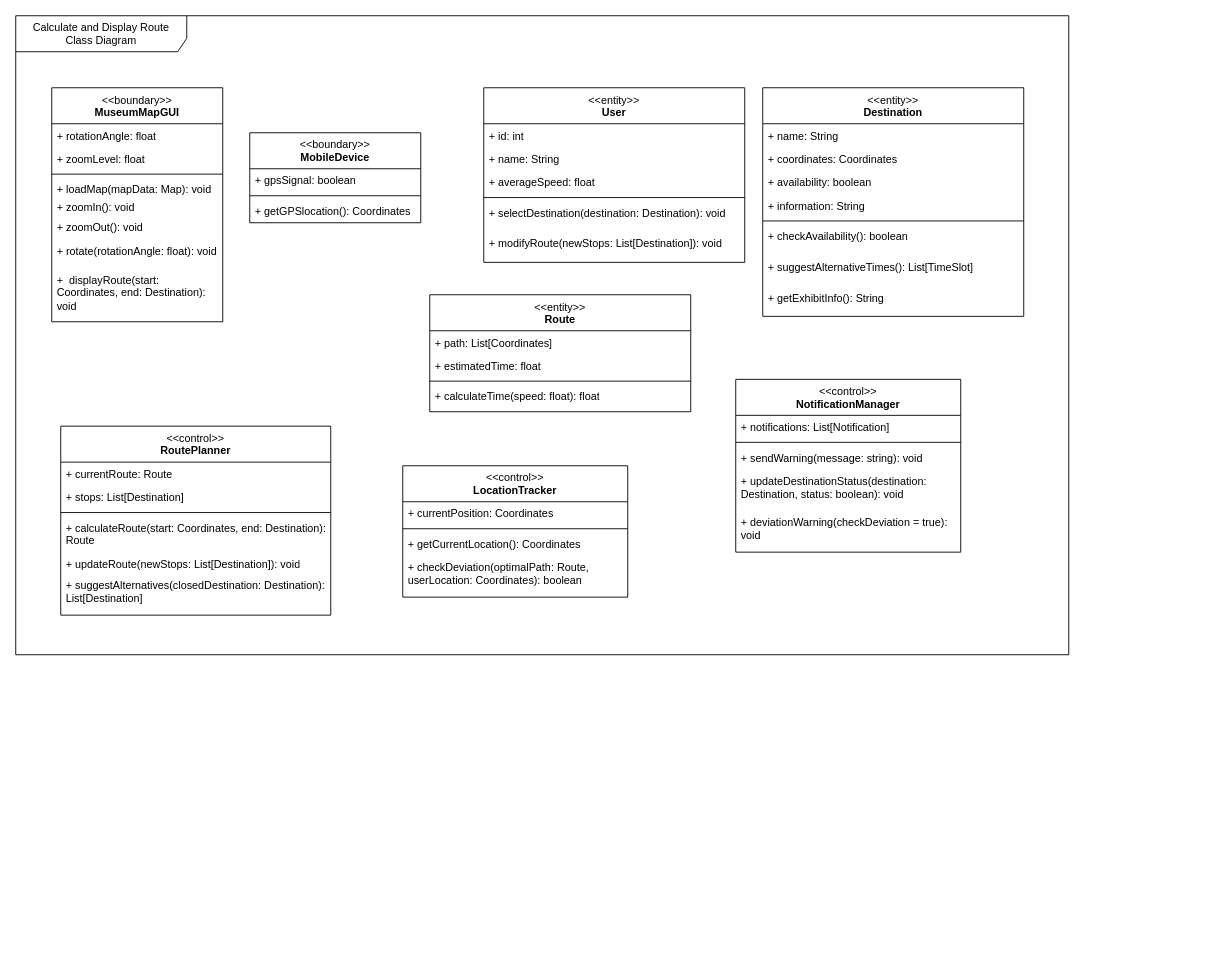
gsklaven/MusePath keeps this draw.io diagram as Class Diagrams/Calculate and Display Route.drawio. Above is the earlier version. Source tidied: cells renumbered, new cells numbered last; positions are measured from the earlier drawing's top-left corner, leaving out a move shared by most shapes. Both pictures are drawn from the tidied source at 90%, with x=0, y=0 at pixel (15, 15).
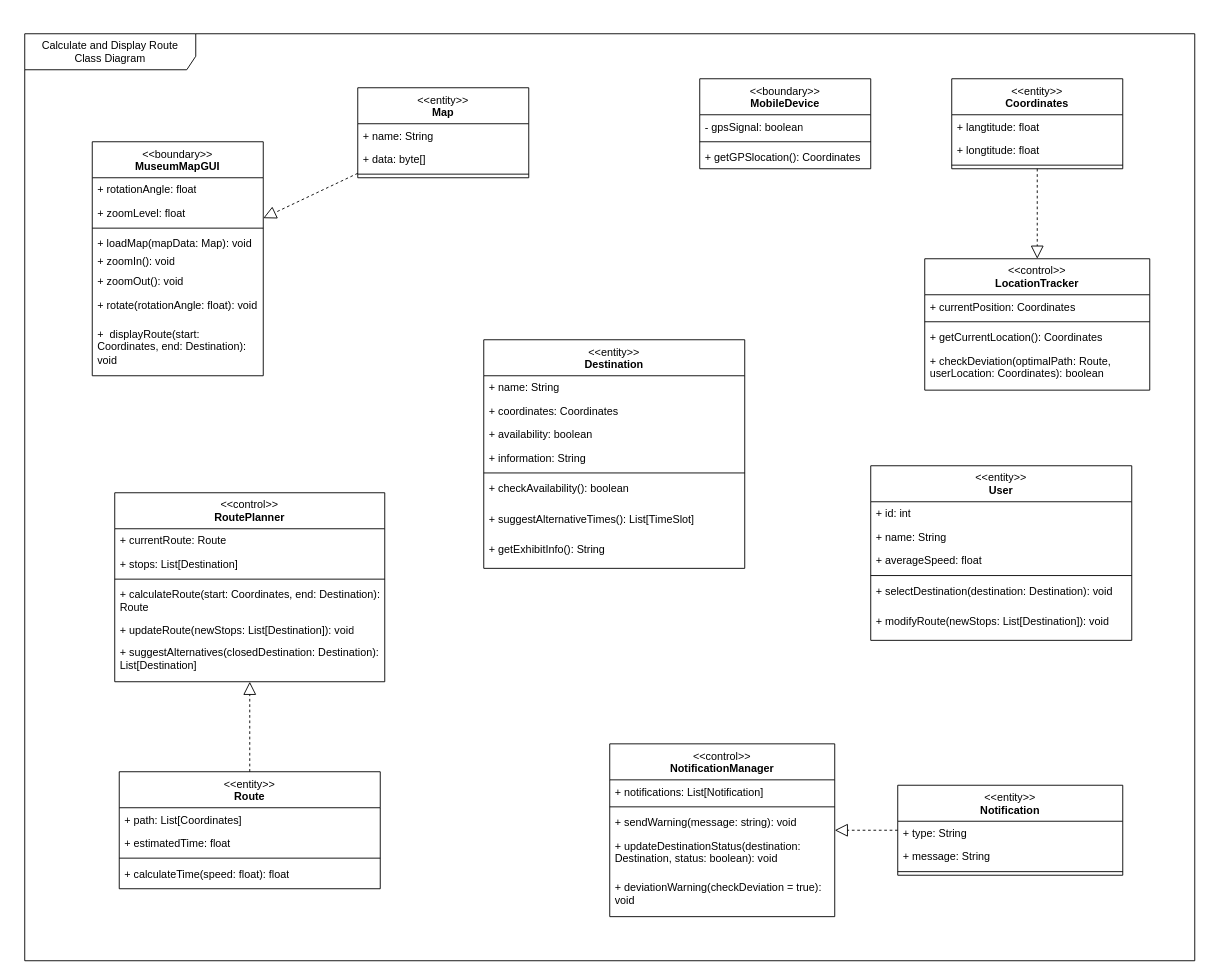
The same diagram, later.

Commit message:
finalize and start connections

Diff of the diagram source:
```diff
@@
     <mxCell id="2" value="&lt;div&gt;&lt;span style=&quot;font-weight: normal;&quot;&gt;&amp;lt;&amp;lt;boundary&amp;gt;&amp;gt;&lt;/span&gt;&lt;/div&gt;MuseumMapGUI" style="swimlane;fontStyle=1;align=center;verticalAlign=top;horizontal=1;startSize=40;whiteSpace=wrap;html=1;" parent="1" vertex="1">
-      <mxGeometry x="40" y="80" width="190" height="260" as="geometry" />
+      <mxGeometry x="85" y="140" width="190" height="260" as="geometry" />
     </mxCell>
@@
     <mxCell id="11" value="Calculate and Display Route&lt;div&gt;Class Diagram&lt;/div&gt;" style="shape=umlFrame;whiteSpace=wrap;html=1;width=190;height=40;" parent="1" vertex="1">
-      <mxGeometry width="1170" height="710" as="geometry" />
+      <mxGeometry x="10" y="20" width="1300" height="1030" as="geometry" />
     </mxCell>
     <mxCell id="12" value="&lt;div&gt;&lt;span style=&quot;font-weight: normal;&quot;&gt;&amp;lt;&amp;lt;boundary&amp;gt;&amp;gt;&lt;/span&gt;&lt;/div&gt;MobileDevice" style="swimlane;fontStyle=1;align=center;verticalAlign=top;horizontal=1;startSize=40;whiteSpace=wrap;html=1;" parent="1" vertex="1">
-      <mxGeometry x="260" y="130" width="190" height="100" as="geometry" />
+      <mxGeometry x="760" y="70" width="190" height="100" as="geometry" />
     </mxCell>
-    <mxCell id="13" value="+ gpsSignal: boolean" style="text;strokeColor=none;fillColor=none;align=left;verticalAlign=top;spacingLeft=4;spacingRight=4;overflow=hidden;whiteSpace=wrap;html=1;" parent="12" vertex="1">
+    <mxCell id="13" value="- gpsSignal: boolean" style="text;strokeColor=none;fillColor=none;align=left;verticalAlign=top;spacingLeft=4;spacingRight=4;overflow=hidden;whiteSpace=wrap;html=1;" parent="12" vertex="1">
       <mxGeometry y="40" width="190" height="26" as="geometry" />
     </mxCell>
@@
     <mxCell id="16" value="&lt;div&gt;&lt;span style=&quot;font-weight: normal;&quot;&gt;&amp;lt;&amp;lt;entity&amp;gt;&amp;gt;&lt;/span&gt;&lt;/div&gt;User" style="swimlane;fontStyle=1;align=center;verticalAlign=top;horizontal=1;startSize=40;whiteSpace=wrap;html=1;" parent="1" vertex="1">
-      <mxGeometry x="520" y="80" width="290" height="194" as="geometry" />
+      <mxGeometry x="950" y="500" width="290" height="194" as="geometry" />
     </mxCell>
@@
     <mxCell id="23" value="&lt;div&gt;&lt;span style=&quot;font-weight: normal;&quot;&gt;&amp;lt;&amp;lt;entity&amp;gt;&amp;gt;&lt;/span&gt;&lt;/div&gt;Destination" style="swimlane;fontStyle=1;align=center;verticalAlign=top;horizontal=1;startSize=40;whiteSpace=wrap;html=1;" parent="1" vertex="1">
-      <mxGeometry x="830" y="80" width="290" height="254" as="geometry" />
+      <mxGeometry x="520" y="360" width="290" height="254" as="geometry" />
     </mxCell>
@@
     <mxCell id="32" value="&lt;div&gt;&lt;span style=&quot;font-weight: normal;&quot;&gt;&amp;lt;&amp;lt;entity&amp;gt;&amp;gt;&lt;/span&gt;&lt;/div&gt;Route" style="swimlane;fontStyle=1;align=center;verticalAlign=top;horizontal=1;startSize=40;whiteSpace=wrap;html=1;" parent="1" vertex="1">
-      <mxGeometry x="460" y="310" width="290" height="130" as="geometry" />
+      <mxGeometry x="115" y="840" width="290" height="130" as="geometry" />
     </mxCell>
@@
     <mxCell id="37" value="&lt;div&gt;&lt;span style=&quot;font-weight: normal;&quot;&gt;&amp;lt;&amp;lt;control&amp;gt;&amp;gt;&lt;/span&gt;&lt;/div&gt;RoutePlanner" style="swimlane;fontStyle=1;align=center;verticalAlign=top;horizontal=1;startSize=40;whiteSpace=wrap;html=1;" parent="1" vertex="1">
-      <mxGeometry x="50" y="456" width="300" height="210" as="geometry" />
+      <mxGeometry x="110" y="530" width="300" height="210" as="geometry" />
     </mxCell>
@@
     <mxCell id="44" value="&lt;div&gt;&lt;span style=&quot;font-weight: normal;&quot;&gt;&amp;lt;&amp;lt;control&amp;gt;&amp;gt;&lt;/span&gt;&lt;/div&gt;NotificationManager" style="swimlane;fontStyle=1;align=center;verticalAlign=top;horizontal=1;startSize=40;whiteSpace=wrap;html=1;" parent="1" vertex="1">
-      <mxGeometry x="800" y="404" width="250" height="192" as="geometry" />
+      <mxGeometry x="660" y="809" width="250" height="192" as="geometry" />
     </mxCell>
@@
     <mxCell id="50" value="&lt;div&gt;&lt;span style=&quot;font-weight: normal;&quot;&gt;&amp;lt;&amp;lt;control&amp;gt;&amp;gt;&lt;/span&gt;&lt;/div&gt;LocationTracker" style="swimlane;fontStyle=1;align=center;verticalAlign=top;horizontal=1;startSize=40;whiteSpace=wrap;html=1;" parent="1" vertex="1">
-      <mxGeometry x="430" y="500" width="250" height="146" as="geometry" />
+      <mxGeometry x="1010" y="270" width="250" height="146" as="geometry" />
     </mxCell>
@@
+    <mxCell id="55" value="&lt;div&gt;&lt;span style=&quot;font-weight: normal;&quot;&gt;&amp;lt;&amp;lt;entity&amp;gt;&amp;gt;&lt;/span&gt;&lt;/div&gt;Coordinates" style="swimlane;fontStyle=1;align=center;verticalAlign=top;horizontal=1;startSize=40;whiteSpace=wrap;html=1;" parent="1" vertex="1">
+      <mxGeometry x="1040" y="70" width="190" height="100" as="geometry" />
+    </mxCell>
+    <mxCell id="56" value="+ langtitude: float" style="text;strokeColor=none;fillColor=none;align=left;verticalAlign=top;spacingLeft=4;spacingRight=4;overflow=hidden;whiteSpace=wrap;html=1;" parent="55" vertex="1">
+      <mxGeometry y="40" width="190" height="26" as="geometry" />
+    </mxCell>
+    <mxCell id="57" value="+ longtitude: float" style="text;strokeColor=none;fillColor=none;align=left;verticalAlign=top;spacingLeft=4;spacingRight=4;overflow=hidden;whiteSpace=wrap;html=1;" parent="55" vertex="1">
+      <mxGeometry y="66" width="190" height="26" as="geometry" />
+    </mxCell>
+    <mxCell id="58" style="line;strokeWidth=1;fillColor=none;align=left;verticalAlign=middle;spacingTop=-1;spacingLeft=3;spacingRight=3;labelPosition=right;strokeColor=inherit;" parent="55" vertex="1">
+      <mxGeometry y="92" width="190" height="8" as="geometry" />
+    </mxCell>
+    <mxCell id="59" value="&lt;div&gt;&lt;span style=&quot;font-weight: normal;&quot;&gt;&amp;lt;&amp;lt;entity&amp;gt;&amp;gt;&lt;/span&gt;&lt;/div&gt;Map" style="swimlane;fontStyle=1;align=center;verticalAlign=top;horizontal=1;startSize=40;whiteSpace=wrap;html=1;" parent="1" vertex="1">
+      <mxGeometry x="380" y="80" width="190" height="100" as="geometry" />
+    </mxCell>
+    <mxCell id="60" value="+ name: String" style="text;strokeColor=none;fillColor=none;align=left;verticalAlign=top;spacingLeft=4;spacingRight=4;overflow=hidden;whiteSpace=wrap;html=1;" parent="59" vertex="1">
+      <mxGeometry y="40" width="190" height="26" as="geometry" />
+    </mxCell>
+    <mxCell id="61" value="+ data: byte[]" style="text;strokeColor=none;fillColor=none;align=left;verticalAlign=top;spacingLeft=4;spacingRight=4;overflow=hidden;whiteSpace=wrap;html=1;" parent="59" vertex="1">
+      <mxGeometry y="66" width="190" height="26" as="geometry" />
+    </mxCell>
+    <mxCell id="62" style="line;strokeWidth=1;fillColor=none;align=left;verticalAlign=middle;spacingTop=-1;spacingLeft=3;spacingRight=3;labelPosition=right;strokeColor=inherit;" parent="59" vertex="1">
+      <mxGeometry y="92" width="190" height="8" as="geometry" />
+    </mxCell>
+    <mxCell id="63" value="&lt;div&gt;&lt;span style=&quot;font-weight: normal;&quot;&gt;&amp;lt;&amp;lt;entity&amp;gt;&amp;gt;&lt;/span&gt;&lt;/div&gt;Notification" style="swimlane;fontStyle=1;align=center;verticalAlign=top;horizontal=1;startSize=40;whiteSpace=wrap;html=1;" parent="1" vertex="1">
+      <mxGeometry x="980" y="855" width="250" height="100" as="geometry" />
+    </mxCell>
+    <mxCell id="64" value="+ type: String" style="text;strokeColor=none;fillColor=none;align=left;verticalAlign=top;spacingLeft=4;spacingRight=4;overflow=hidden;whiteSpace=wrap;html=1;" parent="63" vertex="1">
+      <mxGeometry y="40" width="250" height="26" as="geometry" />
+    </mxCell>
+    <mxCell id="65" value="+ message: String" style="text;strokeColor=none;fillColor=none;align=left;verticalAlign=top;spacingLeft=4;spacingRight=4;overflow=hidden;whiteSpace=wrap;html=1;" parent="63" vertex="1">
+      <mxGeometry y="66" width="250" height="26" as="geometry" />
+    </mxCell>
+    <mxCell id="66" style="line;strokeWidth=1;fillColor=none;align=left;verticalAlign=middle;spacingTop=-1;spacingLeft=3;spacingRight=3;labelPosition=right;strokeColor=inherit;" parent="63" vertex="1">
+      <mxGeometry y="92" width="250" height="8" as="geometry" />
+    </mxCell>
+    <mxCell id="67" style="endArrow=block;dashed=1;endFill=0;endSize=12;html=1;rounded=0;" parent="1" edge="1" source="59" target="2">
+      <mxGeometry relative="1" as="geometry" />
+    </mxCell>
+    <mxCell id="68" style="endArrow=block;dashed=1;endFill=0;endSize=12;html=1;rounded=0;" parent="1" edge="1" source="63" target="44">
+      <mxGeometry relative="1" as="geometry" />
+    </mxCell>
+    <mxCell id="69" style="endArrow=block;dashed=1;endFill=0;endSize=12;html=1;rounded=0;" parent="1" edge="1" source="32" target="37">
+      <mxGeometry relative="1" as="geometry" />
+    </mxCell>
+    <mxCell id="70" style="endArrow=block;dashed=1;endFill=0;endSize=12;html=1;rounded=0;" parent="1" edge="1" source="55" target="50">
+      <mxGeometry relative="1" as="geometry" />
+    </mxCell>
```
